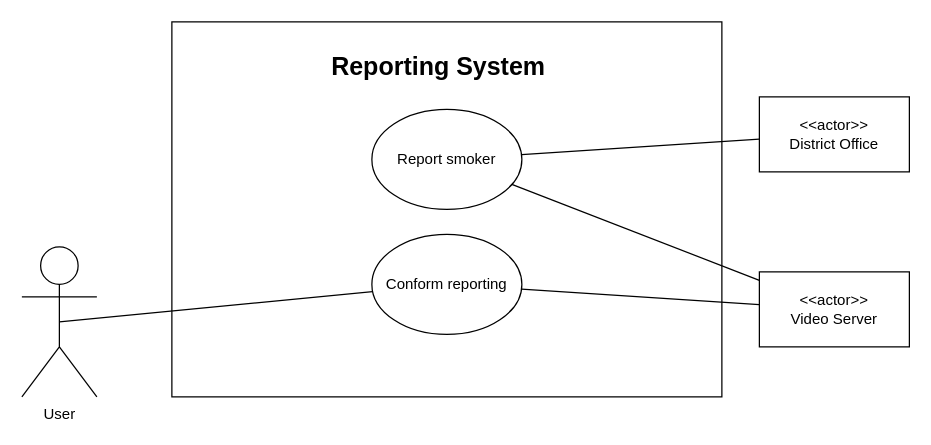
The draw.io diagram Report_useCase.drawio in sogongteam14/doc, before the edit. Source tidied: cells renumbered, new cells numbered last; positions are measured from the earlier drawing's top-left corner, leaving out a move shared by most shapes. Both pictures are drawn from the tidied source at 125%, with x=0, y=0 at pixel (21, 21).
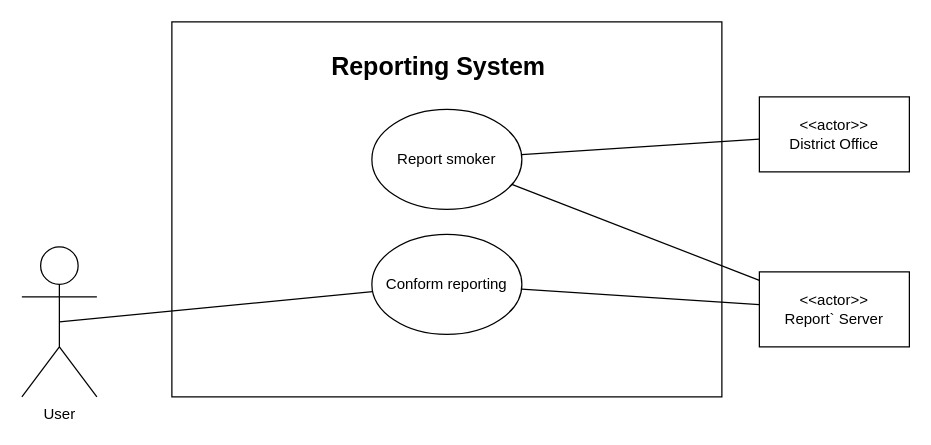
Above is the later version.

Change to the diagram source:
```diff
@@
 <mxGraphModel>
   <root>
     <mxCell id="0" />
     <mxCell id="1" parent="0" />
     <mxCell id="2" style="rounded=0;whiteSpace=wrap;html=1;" parent="1" vertex="1">
       <mxGeometry x="120" width="440" height="300" as="geometry" />
     </mxCell>
     <mxCell id="3" value="User" style="shape=umlActor;verticalLabelPosition=bottom;labelBackgroundColor=#ffffff;verticalAlign=top;html=1;outlineConnect=0;" parent="1" vertex="1">
       <mxGeometry y="180" width="60" height="120" as="geometry" />
     </mxCell>
     <mxCell id="4" value="&lt;b&gt;&lt;font style=&quot;font-size: 20px&quot;&gt;Reporting System&lt;/font&gt;&lt;/b&gt;" style="text;html=1;strokeColor=none;fillColor=none;align=center;verticalAlign=middle;whiteSpace=wrap;rounded=0;" parent="1" vertex="1">
       <mxGeometry x="127" width="413" height="70" as="geometry" />
     </mxCell>
-    <mxCell id="5" value="&lt;div&gt;&amp;lt;&amp;lt;actor&amp;gt;&amp;gt;&lt;/div&gt;&lt;div&gt;Video Server&lt;br&gt;&lt;/div&gt;" style="rounded=0;whiteSpace=wrap;html=1;" parent="1" vertex="1">
+    <mxCell id="5" value="&lt;div&gt;&amp;lt;&amp;lt;actor&amp;gt;&amp;gt;&lt;/div&gt;&lt;div&gt;Report` Server&lt;br&gt;&lt;/div&gt;" style="rounded=0;whiteSpace=wrap;html=1;" parent="1" vertex="1">
       <mxGeometry x="590" y="200" width="120" height="60" as="geometry" />
     </mxCell>
     <mxCell id="6" value="Report smoker" style="ellipse;whiteSpace=wrap;html=1;" parent="1" vertex="1">
       <mxGeometry x="280" y="70" width="120" height="80" as="geometry" />
     </mxCell>
     <mxCell id="7" style="endArrow=none;html=1;" parent="1" edge="1" source="6" target="5">
       <mxGeometry relative="1" as="geometry" />
     </mxCell>
     <mxCell id="8" style="endArrow=none;html=1;" parent="1" edge="1" source="12" target="6">
       <mxGeometry relative="1" as="geometry" />
     </mxCell>
     <mxCell id="9" value="Conform reporting" style="ellipse;whiteSpace=wrap;html=1;" parent="1" vertex="1">
       <mxGeometry x="280" y="170" width="120" height="80" as="geometry" />
     </mxCell>
     <mxCell id="10" style="endArrow=none;html=1;" parent="1" edge="1" source="9" target="5">
       <mxGeometry relative="1" as="geometry" />
     </mxCell>
     <mxCell id="11" style="endArrow=none;html=1;entryX=0.5;entryY=0.5;entryDx=0;entryDy=0;entryPerimeter=0;" parent="1" edge="1" source="9" target="3">
       <mxGeometry relative="1" as="geometry" />
     </mxCell>
     <mxCell id="12" value="&lt;div&gt;&amp;lt;&amp;lt;actor&amp;gt;&amp;gt;&lt;/div&gt;&lt;div&gt;District Office&lt;/div&gt;" style="rounded=0;whiteSpace=wrap;html=1;" parent="1" vertex="1">
       <mxGeometry x="590" y="60" width="120" height="60" as="geometry" />
     </mxCell>
   </root>
 </mxGraphModel>
```
